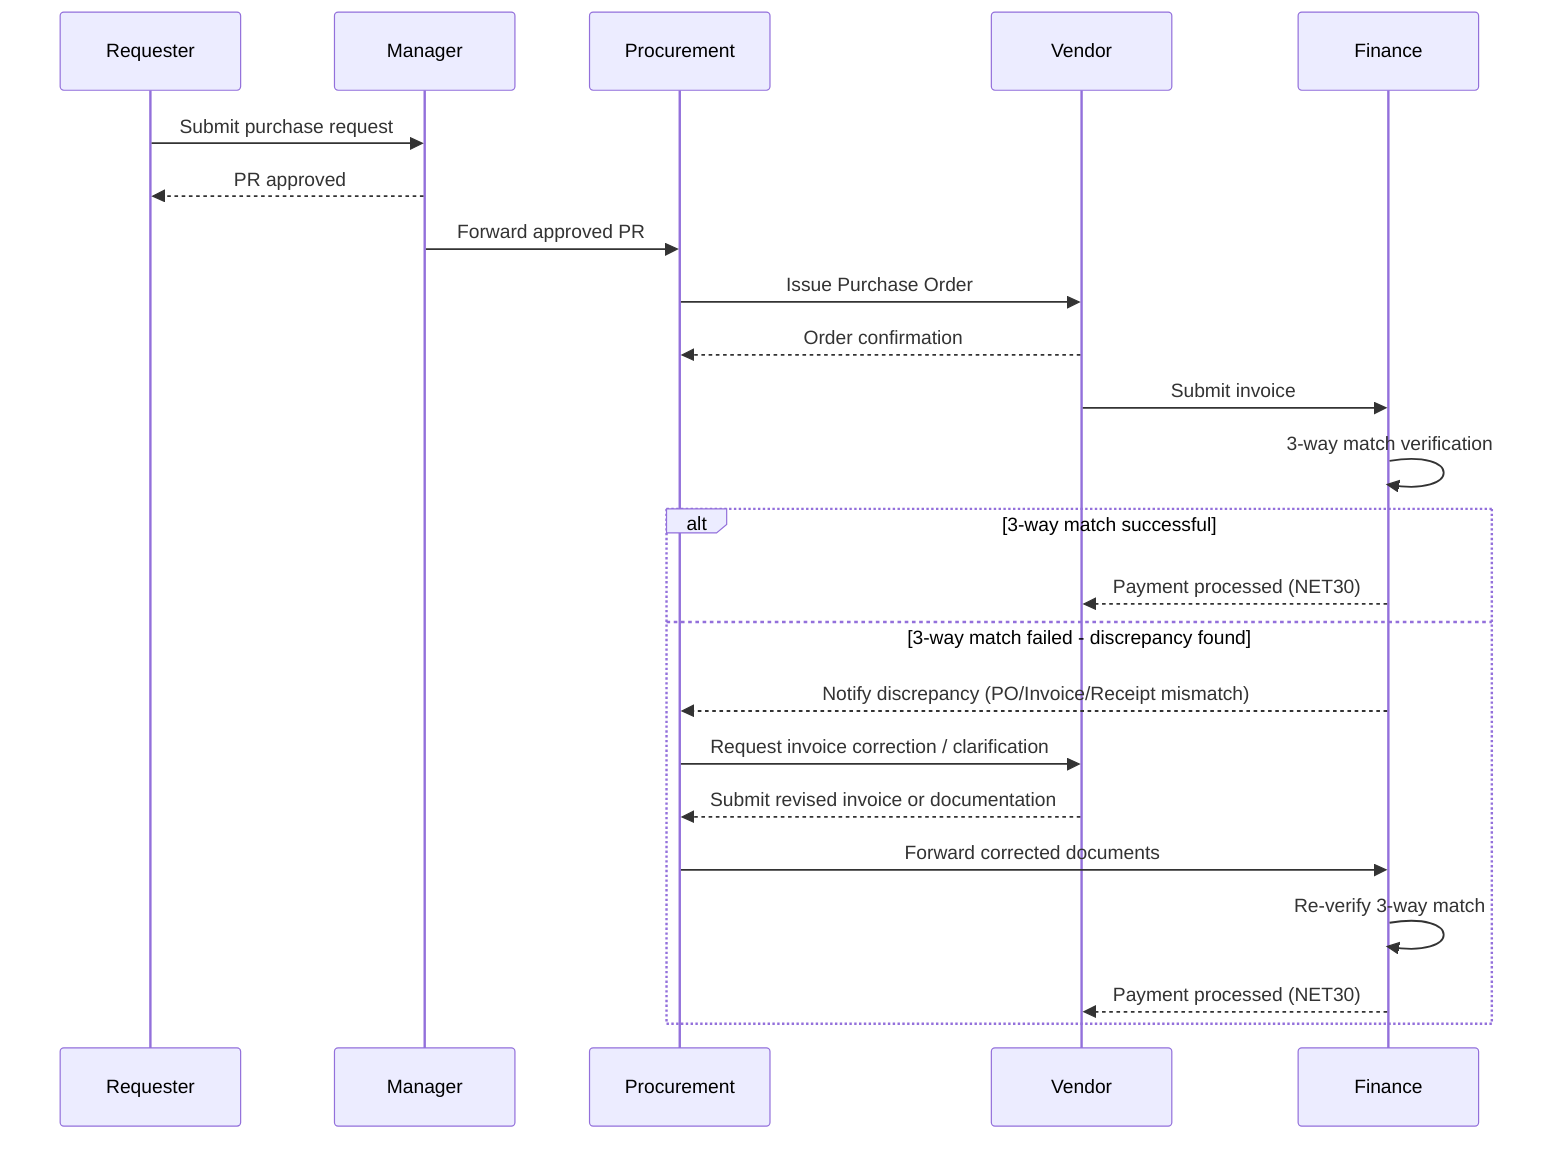
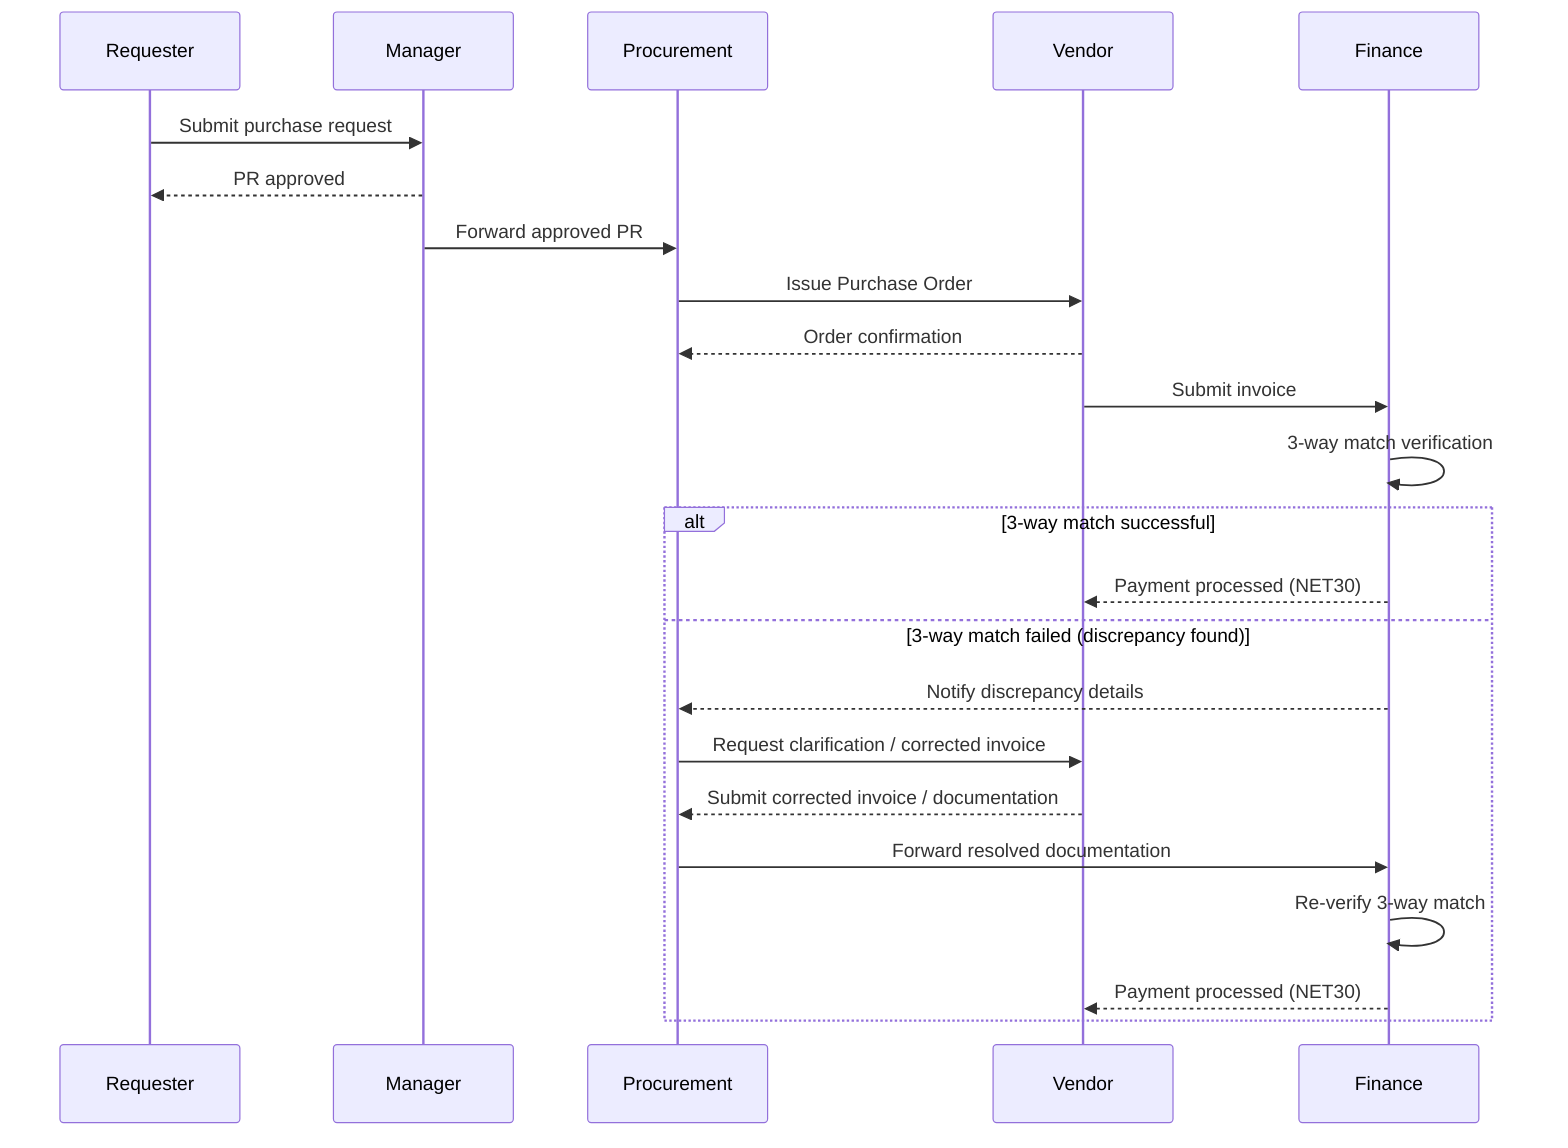
sequenceDiagram
    participant R as Requester
    participant M as Manager
    participant P as Procurement
    participant V as Vendor
    participant F as Finance

    R->>M: Submit purchase request
    M-->>R: PR approved
    M->>P: Forward approved PR
    P->>V: Issue Purchase Order
    V-->>P: Order confirmation
    V->>F: Submit invoice
    F->>F: 3-way match verification

    %% ⚡ CHANGED SECTION
    alt 3-way match successful
        F-->>V: Payment processed (NET30)
-     else 3-way match failed - discrepancy found
-         F-->>P: Notify discrepancy (PO/Invoice/Receipt mismatch)
-         P->>V: Request invoice correction / clarification
-         V-->>P: Submit revised invoice or documentation
-         P->>F: Forward corrected documents
+     else 3-way match failed (discrepancy found)
+         F-->>P: Notify discrepancy details
+         P->>V: Request clarification / corrected invoice
+         V-->>P: Submit corrected invoice / documentation
+         P->>F: Forward resolved documentation
        F->>F: Re-verify 3-way match
        F-->>V: Payment processed (NET30)
    end
    %% ⚡ END CHANGED SECTION

%% EXPLANATION:
- %% Added an alt/else block after the 3-way match verification step. The happy path (match successful) proceeds directly to payment. The discrepancy path notifies Procurement, who coordinates with the Vendor to obtain corrected documentation, which is then re-verified by Finance before payment is released.+ %% Added an alt/else block after the 3-way match verification step. The happy path (match successful) proceeds directly to payment. The discrepancy path notifies Procurement, who coordinates with the Vendor to obtain a corrected invoice or supporting documentation, which is then forwarded back to Finance for re-verification before payment is released.